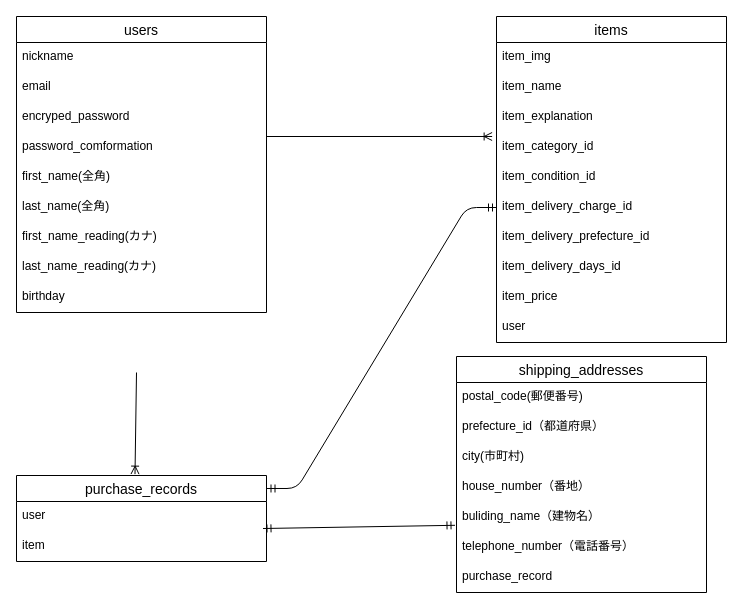
Above: page "ページ1" (1 of 2) of ER.dio in upamaru0104/furima-39197 (draw.io), before the change. Source tidied: cells renumbered, new cells numbered last; positions are measured from the earlier drawing's top-left corner, leaving out a move shared by most shapes. Both pictures are drawn from the tidied source at 100%, with x=0, y=0 at pixel (16, 16).
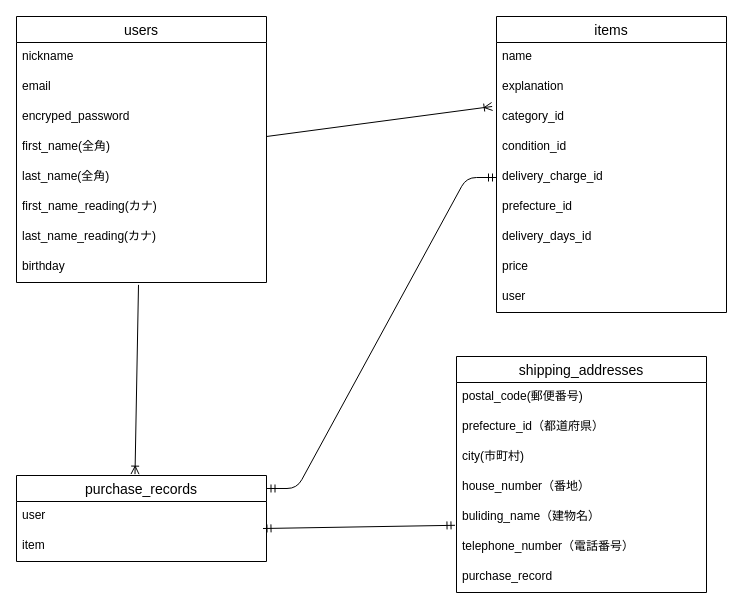
After the change.

Unchanged cells that the change refers to:
```xml
<mxCell id="23" value="purchase_records" style="swimlane;fontStyle=0;horizontal=1;startSize=26;align=center;fontSize=14;" parent="1" vertex="1">
  <mxGeometry y="459" width="250" height="86" as="geometry" />
</mxCell>
```

The edit, as a diff of the source:
```diff
@@
     <mxCell id="2" value="users" style="swimlane;fontStyle=0;horizontal=1;startSize=26;align=center;fontSize=14;" parent="1" vertex="1">
-      <mxGeometry width="250" height="296" as="geometry" />
+      <mxGeometry width="250" height="266" as="geometry" />
     </mxCell>
@@
-    <mxCell id="6" value="password_comformation" style="text;strokeColor=none;fillColor=none;spacingLeft=4;spacingRight=4;overflow=hidden;fontSize=12;" parent="2" vertex="1">
-      <mxGeometry y="116" width="250" height="30" as="geometry" />
-    </mxCell>
     <mxCell id="7" value="first_name(全角)" style="text;strokeColor=none;fillColor=none;spacingLeft=4;spacingRight=4;overflow=hidden;fontSize=12;" parent="2" vertex="1">
-      <mxGeometry y="146" width="250" height="30" as="geometry" />
+      <mxGeometry y="116" width="250" height="30" as="geometry" />
     </mxCell>
     <mxCell id="8" value="last_name(全角)" style="text;strokeColor=none;fillColor=none;spacingLeft=4;spacingRight=4;overflow=hidden;fontSize=12;" parent="2" vertex="1">
-      <mxGeometry y="176" width="250" height="30" as="geometry" />
+      <mxGeometry y="146" width="250" height="30" as="geometry" />
     </mxCell>
     <mxCell id="9" value="first_name_reading(カナ)" style="text;strokeColor=none;fillColor=none;spacingLeft=4;spacingRight=4;overflow=hidden;fontSize=12;" parent="2" vertex="1">
-      <mxGeometry y="206" width="250" height="30" as="geometry" />
+      <mxGeometry y="176" width="250" height="30" as="geometry" />
     </mxCell>
     <mxCell id="10" value="last_name_reading(カナ)" style="text;strokeColor=none;fillColor=none;spacingLeft=4;spacingRight=4;overflow=hidden;fontSize=12;" parent="2" vertex="1">
-      <mxGeometry y="236" width="250" height="30" as="geometry" />
+      <mxGeometry y="206" width="250" height="30" as="geometry" />
     </mxCell>
     <mxCell id="11" value="birthday" style="text;strokeColor=none;fillColor=none;spacingLeft=4;spacingRight=4;overflow=hidden;points=[[0,0.5],[1,0.5]];portConstraint=eastwest;fontSize=12;" parent="2" vertex="1">
-      <mxGeometry y="266" width="250" height="30" as="geometry" />
+      <mxGeometry y="236" width="250" height="30" as="geometry" />
     </mxCell>
     <mxCell id="12" value="items" style="swimlane;fontStyle=0;horizontal=1;startSize=26;align=center;fontSize=14;" parent="1" vertex="1">
-      <mxGeometry x="480" width="230" height="326" as="geometry" />
+      <mxGeometry x="480" width="230" height="296" as="geometry" />
     </mxCell>
-    <mxCell id="13" value="item_img" style="text;spacingLeft=4;spacingRight=4;overflow=hidden;fontSize=12;" parent="12" vertex="1">
-      <mxGeometry y="26" width="230" height="30" as="geometry" />
-    </mxCell>
-    <mxCell id="14" value="item_name" style="text;strokeColor=none;fillColor=none;spacingLeft=4;spacingRight=4;overflow=hidden;fontSize=12;" parent="12" vertex="1">
-      <mxGeometry y="56" width="230" height="30" as="geometry" />
+    <mxCell id="14" value="name" style="text;strokeColor=none;fillColor=none;spacingLeft=4;spacingRight=4;overflow=hidden;fontSize=12;" parent="12" vertex="1">
+      <mxGeometry y="26" width="230" height="30" as="geometry" />
     </mxCell>
-    <mxCell id="15" value="item_explanation&#10;" style="text;strokeColor=none;fillColor=none;spacingLeft=4;spacingRight=4;overflow=hidden;fontSize=12;" parent="12" vertex="1">
-      <mxGeometry y="86" width="230" height="30" as="geometry" />
+    <mxCell id="15" value="explanation&#10;" style="text;strokeColor=none;fillColor=none;spacingLeft=4;spacingRight=4;overflow=hidden;fontSize=12;" parent="12" vertex="1">
+      <mxGeometry y="56" width="230" height="30" as="geometry" />
     </mxCell>
-    <mxCell id="16" value="item_category_id" style="text;strokeColor=none;fillColor=none;spacingLeft=4;spacingRight=4;overflow=hidden;points=[[0,0.5],[1,0.5]];portConstraint=eastwest;fontSize=12;" parent="12" vertex="1">
-      <mxGeometry y="116" width="230" height="30" as="geometry" />
+    <mxCell id="16" value="category_id" style="text;strokeColor=none;fillColor=none;spacingLeft=4;spacingRight=4;overflow=hidden;points=[[0,0.5],[1,0.5]];portConstraint=eastwest;fontSize=12;" parent="12" vertex="1">
+      <mxGeometry y="86" width="230" height="30" as="geometry" />
     </mxCell>
-    <mxCell id="17" value="item_condition_id" style="text;strokeColor=none;fillColor=none;spacingLeft=4;spacingRight=4;overflow=hidden;fontSize=12;" parent="12" vertex="1">
-      <mxGeometry y="146" width="230" height="30" as="geometry" />
+    <mxCell id="17" value="condition_id" style="text;strokeColor=none;fillColor=none;spacingLeft=4;spacingRight=4;overflow=hidden;fontSize=12;" parent="12" vertex="1">
+      <mxGeometry y="116" width="230" height="30" as="geometry" />
     </mxCell>
-    <mxCell id="18" value="item_delivery_charge_id" style="text;strokeColor=none;fillColor=none;spacingLeft=4;spacingRight=4;overflow=hidden;points=[[0,0.5],[1,0.5]];portConstraint=eastwest;fontSize=12;" parent="12" vertex="1">
-      <mxGeometry y="176" width="230" height="30" as="geometry" />
+    <mxCell id="18" value="delivery_charge_id" style="text;strokeColor=none;fillColor=none;spacingLeft=4;spacingRight=4;overflow=hidden;points=[[0,0.5],[1,0.5]];portConstraint=eastwest;fontSize=12;" parent="12" vertex="1">
+      <mxGeometry y="146" width="230" height="30" as="geometry" />
     </mxCell>
-    <mxCell id="19" value="item_delivery_prefecture_id" style="text;strokeColor=none;fillColor=none;spacingLeft=4;spacingRight=4;overflow=hidden;fontSize=12;" parent="12" vertex="1">
-      <mxGeometry y="206" width="230" height="30" as="geometry" />
+    <mxCell id="19" value="prefecture_id" style="text;strokeColor=none;fillColor=none;spacingLeft=4;spacingRight=4;overflow=hidden;fontSize=12;" parent="12" vertex="1">
+      <mxGeometry y="176" width="230" height="30" as="geometry" />
     </mxCell>
-    <mxCell id="20" value="item_delivery_days_id" style="text;strokeColor=none;fillColor=none;spacingLeft=4;spacingRight=4;overflow=hidden;fontSize=12;" parent="12" vertex="1">
-      <mxGeometry y="236" width="230" height="30" as="geometry" />
+    <mxCell id="20" value="delivery_days_id" style="text;strokeColor=none;fillColor=none;spacingLeft=4;spacingRight=4;overflow=hidden;fontSize=12;" parent="12" vertex="1">
+      <mxGeometry y="206" width="230" height="30" as="geometry" />
     </mxCell>
-    <mxCell id="21" value="item_price" style="text;strokeColor=none;fillColor=none;spacingLeft=4;spacingRight=4;overflow=hidden;fontSize=12;" parent="12" vertex="1">
-      <mxGeometry y="266" width="230" height="30" as="geometry" />
+    <mxCell id="21" value="price" style="text;strokeColor=none;fillColor=none;spacingLeft=4;spacingRight=4;overflow=hidden;fontSize=12;" parent="12" vertex="1">
+      <mxGeometry y="236" width="230" height="30" as="geometry" />
     </mxCell>
     <mxCell id="22" value="user" style="text;strokeColor=none;fillColor=none;spacingLeft=4;spacingRight=4;overflow=hidden;fontSize=12;" parent="12" vertex="1">
-      <mxGeometry y="296" width="230" height="30" as="geometry" />
+      <mxGeometry y="266" width="230" height="30" as="geometry" />
     </mxCell>
@@
-    <mxCell id="35" style="fontSize=12;html=1;endArrow=ERoneToMany;entryX=0.474;entryY=-0.016;entryDx=0;entryDy=0;entryPerimeter=0;" parent="1" edge="1" target="23">
-      <mxGeometry relative="1" as="geometry">
-        <mxPoint x="120" y="356" as="sourcePoint" />
-      </mxGeometry>
+    <mxCell id="35" style="fontSize=12;html=1;endArrow=ERoneToMany;entryX=0.474;entryY=-0.016;entryDx=0;entryDy=0;entryPerimeter=0;exitX=0.488;exitY=1.08;exitDx=0;exitDy=0;exitPerimeter=0;" parent="1" edge="1" source="11" target="23">
+      <mxGeometry relative="1" as="geometry" />
     </mxCell>
```
